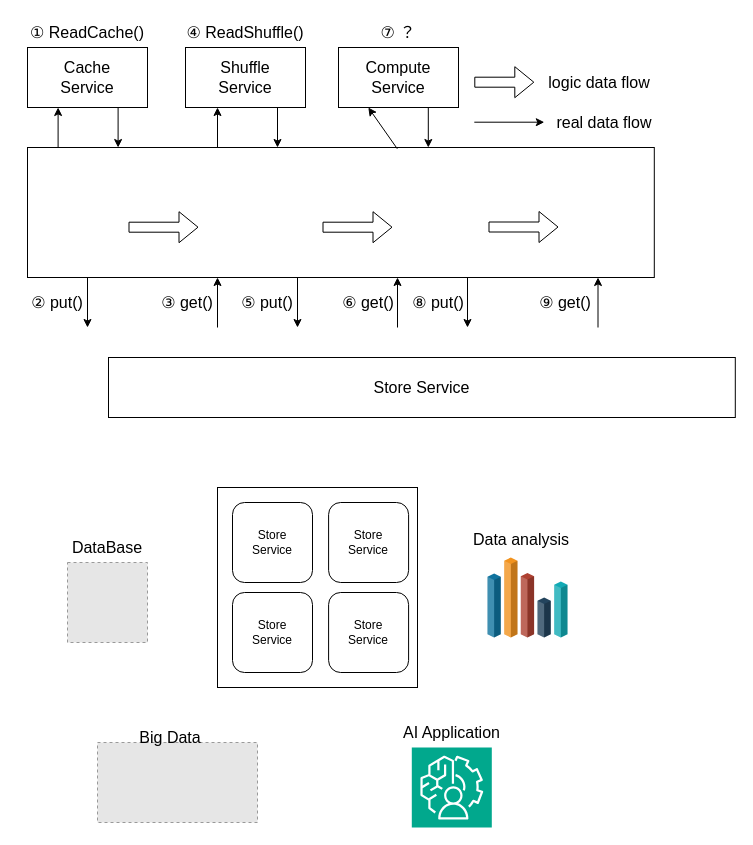
linqinluli/picture_draw keeps this draw.io diagram as 3m_paper/usecase.drawio. Above is the earlier version. Source tidied: cells renumbered, new cells numbered last; positions are measured from the earlier drawing's top-left corner, leaving out a move shared by most shapes. Both pictures are drawn from the tidied source at 100%, with x=0, y=0 at pixel (22, 17). Pictures stored in the file or linked from it are replaced by grey dashed boxes.
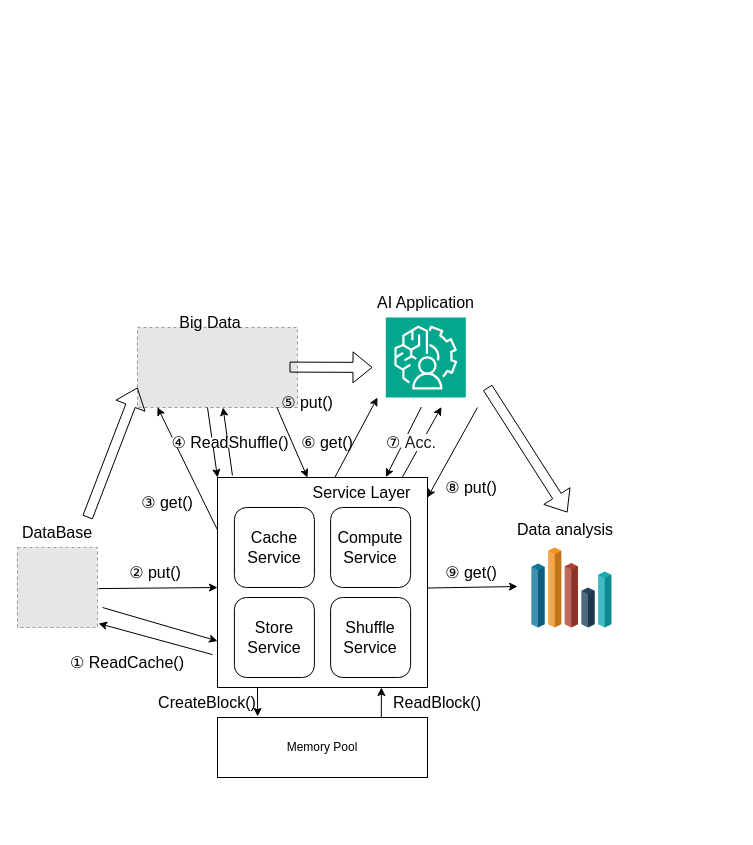
The same diagram, later.

Unchanged cells that the change refers to:
```xml
<mxCell id="42" value="DataBase" style="text;html=1;align=center;verticalAlign=middle;whiteSpace=wrap;rounded=0;fontSize=16;" parent="40" vertex="1">
  <mxGeometry x="10" width="60" height="30" as="geometry" />
</mxCell>
```

What changed in the source:
```diff
@@
-    <mxCell id="2" style="rounded=0;whiteSpace=wrap;html=1;" parent="1" vertex="1">
-      <mxGeometry x="5" y="130" width="626.8" height="130" as="geometry" />
-    </mxCell>
+    <mxCell id="43" style="group;" parent="1" vertex="1">
+      <mxGeometry x="115" y="300" width="160" height="100" as="geometry" />
+    </mxCell>
+    <mxCell id="44" style="fillColor=#E6E6E6;strokeColor=#999999;dashed=1;verticalLabelPosition=bottom;labelBackgroundColor=default;verticalAlign=top;fontSize=16;" parent="43" vertex="1">
+      <mxGeometry y="10" width="160" height="80" as="geometry" />
+    </mxCell>
+    <mxCell id="45" value="Big Data" style="text;html=1;align=center;verticalAlign=middle;whiteSpace=wrap;rounded=0;fontSize=16;" parent="43" vertex="1">
+      <mxGeometry x="38" y="-10" width="70" height="30" as="geometry" />
+    </mxCell>
-    <mxCell id="3" style="shape=flexArrow;endArrow=classic;html=1;rounded=0;exitX=1;exitY=0.5;exitDx=0;exitDy=0;entryX=0;entryY=0.5;entryDx=0;entryDy=0;fontSize=16;" parent="1" edge="1">
-      <mxGeometry relative="1" as="geometry">
-        <mxPoint x="106" y="209.7" as="sourcePoint" />
-        <mxPoint x="176" y="209.7" as="targetPoint" />
-      </mxGeometry>
+    <mxCell id="3" style="shape=flexArrow;endArrow=classic;html=1;rounded=0;fontSize=16;entryX=0;entryY=0.75;entryDx=0;entryDy=0;exitX=1;exitY=0;exitDx=0;exitDy=0;" parent="1" edge="1" source="42" target="44">
+      <mxGeometry relative="1" as="geometry" />
     </mxCell>
-    <mxCell id="4" style="shape=flexArrow;endArrow=classic;html=1;rounded=0;exitX=1;exitY=0.5;exitDx=0;exitDy=0;fontSize=16;" parent="1" edge="1">
-      <mxGeometry relative="1" as="geometry">
-        <mxPoint x="300" y="209.7" as="sourcePoint" />
-        <mxPoint x="370" y="209.7" as="targetPoint" />
-      </mxGeometry>
-    </mxCell>
-    <mxCell id="5" value="Store Service" style="rounded=0;whiteSpace=wrap;html=1;fontSize=16;" parent="1" vertex="1">
-      <mxGeometry x="86" y="340" width="626.8" height="60" as="geometry" />
-    </mxCell>
-    <mxCell id="6" style="endArrow=classic;html=1;rounded=0;fontSize=16;" parent="1" edge="1">
-      <mxGeometry relative="1" as="geometry">
-        <mxPoint x="65" y="260" as="sourcePoint" />
-        <mxPoint x="65" y="310" as="targetPoint" />
-      </mxGeometry>
-    </mxCell>
-    <mxCell id="7" style="endArrow=classic;html=1;rounded=0;fontSize=16;" parent="1" edge="1">
-      <mxGeometry relative="1" as="geometry">
-        <mxPoint x="195" y="310" as="sourcePoint" />
-        <mxPoint x="195" y="260" as="targetPoint" />
-      </mxGeometry>
-    </mxCell>
-    <mxCell id="8" style="endArrow=classic;html=1;rounded=0;fontSize=16;" parent="1" edge="1">
-      <mxGeometry relative="1" as="geometry">
-        <mxPoint x="275" y="260" as="sourcePoint" />
-        <mxPoint x="275" y="310" as="targetPoint" />
-      </mxGeometry>
-    </mxCell>
     <mxCell id="9" value="② put()" style="text;html=1;align=center;verticalAlign=middle;whiteSpace=wrap;rounded=0;fontSize=16;" parent="1" vertex="1">
-      <mxGeometry x="5" y="270" width="60" height="30" as="geometry" />
+      <mxGeometry x="103" y="540" width="60" height="30" as="geometry" />
     </mxCell>
     <mxCell id="10" value="③ get()" style="text;html=1;align=center;verticalAlign=middle;whiteSpace=wrap;rounded=0;fontSize=16;" parent="1" vertex="1">
-      <mxGeometry x="135" y="270" width="60" height="30" as="geometry" />
+      <mxGeometry x="115" y="470" width="60" height="30" as="geometry" />
     </mxCell>
     <mxCell id="11" value="⑤ put()" style="text;html=1;align=center;verticalAlign=middle;whiteSpace=wrap;rounded=0;fontSize=16;" parent="1" vertex="1">
-      <mxGeometry x="215" y="270" width="60" height="30" as="geometry" />
+      <mxGeometry x="255" y="370" width="60" height="30" as="geometry" />
     </mxCell>
     <mxCell id="12" value="⑥ get()" style="text;html=1;align=center;verticalAlign=middle;whiteSpace=wrap;rounded=0;fontSize=16;" parent="1" vertex="1">
-      <mxGeometry x="316" y="270" width="60" height="30" as="geometry" />
+      <mxGeometry x="275" y="410" width="60" height="30" as="geometry" />
     </mxCell>
-    <mxCell id="13" style="shape=flexArrow;endArrow=classic;html=1;rounded=0;fontSize=16;" parent="1" edge="1">
-      <mxGeometry relative="1" as="geometry">
-        <mxPoint x="451.8" y="64.7" as="sourcePoint" />
-        <mxPoint x="511.8" y="64.7" as="targetPoint" />
-      </mxGeometry>
-    </mxCell>
-    <mxCell id="14" value="logic data flow" style="text;html=1;align=center;verticalAlign=middle;whiteSpace=wrap;rounded=0;fontSize=16;" parent="1" vertex="1">
-      <mxGeometry x="521.8" y="50" width="110" height="30" as="geometry" />
-    </mxCell>
-    <mxCell id="15" style="endArrow=classic;html=1;rounded=0;fontSize=16;" parent="1" edge="1">
-      <mxGeometry relative="1" as="geometry">
-        <mxPoint x="451.8" y="104.7" as="sourcePoint" />
-        <mxPoint x="521.8" y="104.7" as="targetPoint" />
-      </mxGeometry>
-    </mxCell>
-    <mxCell id="16" value="real data flow" style="text;html=1;align=center;verticalAlign=middle;whiteSpace=wrap;rounded=0;fontSize=16;" parent="1" vertex="1">
-      <mxGeometry x="531.8" y="90" width="100" height="30" as="geometry" />
-    </mxCell>
-    <mxCell id="17" style="shape=flexArrow;endArrow=classic;html=1;rounded=0;exitX=1;exitY=0.5;exitDx=0;exitDy=0;fontSize=16;" parent="1" edge="1">
-      <mxGeometry relative="1" as="geometry">
-        <mxPoint x="466" y="209.5" as="sourcePoint" />
-        <mxPoint x="536" y="209.5" as="targetPoint" />
-      </mxGeometry>
-    </mxCell>
-    <mxCell id="18" style="endArrow=classic;html=1;rounded=0;fontSize=16;" parent="1" edge="1">
-      <mxGeometry relative="1" as="geometry">
-        <mxPoint x="375" y="310" as="sourcePoint" />
-        <mxPoint x="375" y="260" as="targetPoint" />
-      </mxGeometry>
-    </mxCell>
-    <mxCell id="19" style="endArrow=classic;html=1;rounded=0;fontSize=16;" parent="1" edge="1">
-      <mxGeometry relative="1" as="geometry">
-        <mxPoint x="445" y="260" as="sourcePoint" />
-        <mxPoint x="445" y="310" as="targetPoint" />
-      </mxGeometry>
-    </mxCell>
-    <mxCell id="20" value="⑧ put()" style="text;html=1;align=center;verticalAlign=middle;whiteSpace=wrap;rounded=0;fontSize=16;" parent="1" vertex="1">
-      <mxGeometry x="386.1" y="270" width="60" height="30" as="geometry" />
-    </mxCell>
-    <mxCell id="21" style="endArrow=classic;html=1;rounded=0;fontSize=16;" parent="1" edge="1">
-      <mxGeometry relative="1" as="geometry">
-        <mxPoint x="575.5" y="310" as="sourcePoint" />
-        <mxPoint x="575.5" y="260" as="targetPoint" />
-      </mxGeometry>
-    </mxCell>
-    <mxCell id="22" value="⑨ get()" style="text;html=1;align=center;verticalAlign=middle;whiteSpace=wrap;rounded=0;fontSize=16;" parent="1" vertex="1">
-      <mxGeometry x="512.8" y="270" width="60" height="30" as="geometry" />
-    </mxCell>
-    <mxCell id="23" value="Cache&lt;div&gt;Service&lt;/div&gt;" style="rounded=0;whiteSpace=wrap;html=1;fontSize=16;" parent="1" vertex="1">
-      <mxGeometry x="5" y="30" width="120" height="60" as="geometry" />
-    </mxCell>
-    <mxCell id="24" style="endArrow=classic;html=1;rounded=0;fontSize=16;" parent="1" edge="1">
-      <mxGeometry relative="1" as="geometry">
-        <mxPoint x="195" y="130" as="sourcePoint" />
-        <mxPoint x="195" y="90" as="targetPoint" />
-      </mxGeometry>
-    </mxCell>
-    <mxCell id="25" value="Shuffle&lt;div&gt;Service&lt;/div&gt;" style="rounded=0;whiteSpace=wrap;html=1;fontSize=16;" parent="1" vertex="1">
-      <mxGeometry x="163" y="30" width="120" height="60" as="geometry" />
-    </mxCell>
-    <mxCell id="26" value="Compute Service" style="rounded=0;whiteSpace=wrap;html=1;fontSize=16;" parent="1" vertex="1">
-      <mxGeometry x="316" y="30" width="120" height="60" as="geometry" />
-    </mxCell>
-    <mxCell id="27" value="① ReadCache()" style="text;html=1;align=center;verticalAlign=middle;whiteSpace=wrap;rounded=0;fontSize=16;" parent="1" vertex="1">
-      <mxGeometry width="130" height="30" as="geometry" />
-    </mxCell>
-    <mxCell id="28" value="④ ReadShuffle()" style="text;html=1;align=center;verticalAlign=middle;whiteSpace=wrap;rounded=0;fontSize=16;" parent="1" vertex="1">
-      <mxGeometry x="156" width="134" height="30" as="geometry" />
-    </mxCell>
-    <mxCell id="29" value="⑦ ？" style="text;html=1;align=center;verticalAlign=middle;whiteSpace=wrap;rounded=0;fontSize=16;" parent="1" vertex="1">
-      <mxGeometry x="306" width="140" height="30" as="geometry" />
-    </mxCell>
-    <mxCell id="30" style="endArrow=classic;html=1;rounded=0;fontSize=16;" parent="1" edge="1">
-      <mxGeometry relative="1" as="geometry">
-        <mxPoint x="255" y="90" as="sourcePoint" />
-        <mxPoint x="255" y="130" as="targetPoint" />
-      </mxGeometry>
-    </mxCell>
-    <mxCell id="31" style="endArrow=classic;html=1;rounded=0;fontSize=16;" parent="1" edge="1">
-      <mxGeometry relative="1" as="geometry">
-        <mxPoint x="35.6" y="130" as="sourcePoint" />
-        <mxPoint x="35.6" y="90" as="targetPoint" />
-      </mxGeometry>
-    </mxCell>
-    <mxCell id="32" style="endArrow=classic;html=1;rounded=0;fontSize=16;" parent="1" edge="1">
-      <mxGeometry relative="1" as="geometry">
-        <mxPoint x="95.6" y="90" as="sourcePoint" />
-        <mxPoint x="95.6" y="130" as="targetPoint" />
-      </mxGeometry>
-    </mxCell>
-    <mxCell id="33" style="endArrow=classic;html=1;rounded=0;fontSize=16;exitX=0.59;exitY=0.01;exitDx=0;exitDy=0;exitPerimeter=0;" parent="1" edge="1" source="2">
-      <mxGeometry relative="1" as="geometry">
-        <mxPoint x="345.8" y="90" as="targetPoint" />
-      </mxGeometry>
-    </mxCell>
-    <mxCell id="34" style="endArrow=classic;html=1;rounded=0;fontSize=16;" parent="1" edge="1">
-      <mxGeometry relative="1" as="geometry">
-        <mxPoint x="405.8" y="90" as="sourcePoint" />
-        <mxPoint x="405.8" y="130" as="targetPoint" />
-      </mxGeometry>
-    </mxCell>
-    <mxCell id="35" style="rounded=0;whiteSpace=wrap;html=1;" parent="1" vertex="1">
-      <mxGeometry x="195" y="470" width="200" height="200" as="geometry" />
-    </mxCell>
-    <mxCell id="36" value="Store&lt;div&gt;Service&lt;/div&gt;" style="rounded=1;whiteSpace=wrap;html=1;" parent="1" vertex="1">
-      <mxGeometry x="210" y="575" width="80" height="80" as="geometry" />
-    </mxCell>
-    <mxCell id="37" value="Store&lt;div&gt;Service&lt;/div&gt;" style="rounded=1;whiteSpace=wrap;html=1;" parent="1" vertex="1">
-      <mxGeometry x="210" y="485" width="80" height="80" as="geometry" />
-    </mxCell>
-    <mxCell id="38" value="Store&lt;div&gt;Service&lt;/div&gt;" style="rounded=1;whiteSpace=wrap;html=1;" parent="1" vertex="1">
-      <mxGeometry x="306.1" y="575" width="80" height="80" as="geometry" />
-    </mxCell>
-    <mxCell id="39" value="Store&lt;div&gt;Service&lt;/div&gt;" style="rounded=1;whiteSpace=wrap;html=1;" parent="1" vertex="1">
-      <mxGeometry x="306.1" y="485" width="80" height="80" as="geometry" />
-    </mxCell>
     <mxCell id="40" style="group;" parent="1" vertex="1">
-      <mxGeometry x="45" y="515" width="80" height="110" as="geometry" />
+      <mxGeometry x="-5" y="500" width="80" height="110" as="geometry" />
     </mxCell>
@@
-    <mxCell id="43" style="group;" parent="1" vertex="1">
-      <mxGeometry x="75" y="705" width="160" height="100" as="geometry" />
-    </mxCell>
-    <mxCell id="44" style="fillColor=#E6E6E6;strokeColor=#999999;dashed=1;verticalLabelPosition=bottom;labelBackgroundColor=default;verticalAlign=top;fontSize=16;" parent="43" vertex="1">
-      <mxGeometry y="20" width="160" height="80" as="geometry" />
-    </mxCell>
-    <mxCell id="45" value="Big Data" style="text;html=1;align=center;verticalAlign=middle;whiteSpace=wrap;rounded=0;fontSize=16;" parent="43" vertex="1">
-      <mxGeometry x="38" width="70" height="30" as="geometry" />
-    </mxCell>
     <mxCell id="46" style="group;" parent="1" vertex="1">
-      <mxGeometry x="376" y="700" width="106.8" height="110" as="geometry" />
+      <mxGeometry x="350" y="270" width="106.8" height="110" as="geometry" />
     </mxCell>
@@
     <mxCell id="49" style="group;" parent="1" vertex="1">
-      <mxGeometry x="435" y="510" width="127.8" height="110" as="geometry" />
+      <mxGeometry x="478.9" y="500" width="127.8" height="110" as="geometry" />
     </mxCell>
@@
+    <mxCell id="57" style="shape=flexArrow;endArrow=classic;html=1;rounded=0;fontSize=16;exitX=1;exitY=0.5;exitDx=0;exitDy=0;" parent="1" edge="1">
+      <mxGeometry relative="1" as="geometry">
+        <mxPoint x="267" y="349.6" as="sourcePoint" />
+        <mxPoint x="350" y="349.9" as="targetPoint" />
+      </mxGeometry>
+    </mxCell>
+    <mxCell id="58" style="shape=flexArrow;endArrow=classic;html=1;rounded=0;fontSize=16;entryX=0.204;entryY=-0.208;entryDx=0;entryDy=0;entryPerimeter=0;" parent="1" edge="1">
+      <mxGeometry relative="1" as="geometry">
+        <mxPoint x="465" y="370" as="sourcePoint" />
+        <mxPoint x="544.9" y="495" as="targetPoint" />
+      </mxGeometry>
+    </mxCell>
+    <mxCell id="59" style="endArrow=classic;html=1;rounded=0;entryX=0;entryY=0.75;entryDx=0;entryDy=0;exitX=1.063;exitY=0.675;exitDx=0;exitDy=0;exitPerimeter=0;" parent="1" edge="1">
+      <mxGeometry relative="1" as="geometry">
+        <mxPoint x="80" y="590" as="sourcePoint" />
+        <mxPoint x="195" y="623.5" as="targetPoint" />
+      </mxGeometry>
+    </mxCell>
+    <mxCell id="60" style="endArrow=classic;html=1;rounded=0;entryX=-0.005;entryY=0.614;entryDx=0;entryDy=0;entryPerimeter=0;" parent="1" edge="1">
+      <mxGeometry relative="1" as="geometry">
+        <mxPoint x="76" y="571.1" as="sourcePoint" />
+        <mxPoint x="195" y="570" as="targetPoint" />
+      </mxGeometry>
+    </mxCell>
+    <mxCell id="61" style="endArrow=classic;html=1;rounded=0;exitX=-0.029;exitY=0.648;exitDx=0;exitDy=0;exitPerimeter=0;" parent="1" edge="1">
+      <mxGeometry relative="1" as="geometry">
+        <mxPoint x="190" y="637.1" as="sourcePoint" />
+        <mxPoint x="76.1" y="606" as="targetPoint" />
+      </mxGeometry>
+    </mxCell>
+    <mxCell id="27" value="① ReadCache()" style="text;html=1;align=center;verticalAlign=middle;whiteSpace=wrap;rounded=0;fontSize=16;fillColor=default;" parent="1" vertex="1">
+      <mxGeometry x="40" y="640" width="130" height="10" as="geometry" />
+    </mxCell>
+    <mxCell id="62" style="endArrow=classic;html=1;rounded=0;entryX=0.125;entryY=0.997;entryDx=0;entryDy=0;entryPerimeter=0;exitX=0;exitY=0.25;exitDx=0;exitDy=0;" parent="1" edge="1" source="35" target="44">
+      <mxGeometry relative="1" as="geometry" />
+    </mxCell>
+    <mxCell id="63" style="group;" parent="1" vertex="1">
+      <mxGeometry x="195" y="460" width="210" height="210" as="geometry" />
+    </mxCell>
+    <mxCell id="35" style="rounded=0;whiteSpace=wrap;html=1;" parent="63" vertex="1">
+      <mxGeometry width="210" height="210" as="geometry" />
+    </mxCell>
+    <mxCell id="36" value="&lt;font style=&quot;font-size: 16px;&quot;&gt;Store&lt;/font&gt;&lt;div style=&quot;font-size: 16px;&quot;&gt;&lt;font style=&quot;font-size: 16px;&quot;&gt;Service&lt;/font&gt;&lt;/div&gt;" style="rounded=1;whiteSpace=wrap;html=1;" parent="63" vertex="1">
+      <mxGeometry x="16.9" y="120" width="80" height="80" as="geometry" />
+    </mxCell>
+    <mxCell id="37" value="&lt;span style=&quot;font-size: 16px;&quot;&gt;Cache&lt;/span&gt;&lt;div style=&quot;font-size: 16px;&quot;&gt;Service&lt;/div&gt;" style="rounded=1;whiteSpace=wrap;html=1;" parent="63" vertex="1">
+      <mxGeometry x="16.9" y="30" width="80" height="80" as="geometry" />
+    </mxCell>
+    <mxCell id="38" value="&lt;span style=&quot;font-size: 16px;&quot;&gt;Shuffle&lt;/span&gt;&lt;div style=&quot;font-size: 16px;&quot;&gt;Service&lt;/div&gt;" style="rounded=1;whiteSpace=wrap;html=1;" parent="63" vertex="1">
+      <mxGeometry x="113.1" y="120" width="80" height="80" as="geometry" />
+    </mxCell>
+    <mxCell id="39" value="&lt;span style=&quot;font-size: 16px;&quot;&gt;Compute Service&lt;/span&gt;" style="rounded=1;whiteSpace=wrap;html=1;" parent="63" vertex="1">
+      <mxGeometry x="113.1" y="30" width="80" height="80" as="geometry" />
+    </mxCell>
+    <mxCell id="64" value="Service Layer" style="text;html=1;align=center;verticalAlign=middle;whiteSpace=wrap;rounded=0;fontSize=16;" parent="63" vertex="1">
+      <mxGeometry x="90" width="109.1" height="30" as="geometry" />
+    </mxCell>
+    <mxCell id="65" style="endArrow=classic;html=1;rounded=0;entryX=0;entryY=0;entryDx=0;entryDy=0;" parent="1" edge="1" target="35">
+      <mxGeometry relative="1" as="geometry">
+        <mxPoint x="185" y="390" as="sourcePoint" />
+      </mxGeometry>
+    </mxCell>
+    <mxCell id="66" style="endArrow=classic;html=1;rounded=0;exitX=0.071;exitY=-0.01;exitDx=0;exitDy=0;exitPerimeter=0;" parent="1" edge="1" source="35" target="44">
+      <mxGeometry relative="1" as="geometry" />
+    </mxCell>
+    <mxCell id="28" value="④ ReadShuffle()" style="text;html=1;align=center;verticalAlign=middle;whiteSpace=wrap;rounded=0;fontSize=16;fillColor=default;rotation=0;" parent="1" vertex="1">
+      <mxGeometry x="141" y="420" width="134" height="10" as="geometry" />
+    </mxCell>
+    <mxCell id="67" style="endArrow=classic;html=1;rounded=0;entryX=0;entryY=0;entryDx=0;entryDy=0;exitX=0.87;exitY=0.996;exitDx=0;exitDy=0;exitPerimeter=0;" parent="1" edge="1" source="44" target="64">
+      <mxGeometry relative="1" as="geometry" />
+    </mxCell>
+    <mxCell id="68" style="endArrow=classic;html=1;rounded=0;exitX=0.25;exitY=0;exitDx=0;exitDy=0;" parent="1" edge="1" source="64">
+      <mxGeometry relative="1" as="geometry">
+        <mxPoint x="355" y="380" as="targetPoint" />
+      </mxGeometry>
+    </mxCell>
+    <mxCell id="69" style="endArrow=classic;html=1;rounded=0;entryX=0.5;entryY=0;entryDx=0;entryDy=0;" parent="1" edge="1">
+      <mxGeometry relative="1" as="geometry">
+        <mxPoint x="398.9" y="389.5" as="sourcePoint" />
+        <mxPoint x="363.4" y="459.5" as="targetPoint" />
+      </mxGeometry>
+    </mxCell>
+    <mxCell id="70" style="endArrow=classic;html=1;rounded=0;exitX=0.649;exitY=0.017;exitDx=0;exitDy=0;exitPerimeter=0;" parent="1" edge="1">
+      <mxGeometry relative="1" as="geometry">
+        <mxPoint x="379.7" y="460" as="sourcePoint" />
+        <mxPoint x="418.9" y="389.5" as="targetPoint" />
+      </mxGeometry>
+    </mxCell>
+    <mxCell id="71" style="endArrow=classic;html=1;rounded=0;" parent="1" edge="1">
+      <mxGeometry relative="1" as="geometry">
+        <mxPoint x="455" y="390" as="sourcePoint" />
+        <mxPoint x="405" y="480" as="targetPoint" />
+      </mxGeometry>
+    </mxCell>
+    <mxCell id="20" value="⑧ put()" style="text;html=1;align=center;verticalAlign=middle;whiteSpace=wrap;rounded=0;fontSize=16;" parent="1" vertex="1">
+      <mxGeometry x="418.9" y="455" width="60" height="30" as="geometry" />
+    </mxCell>
+    <mxCell id="22" value="⑨ get()" style="text;html=1;align=center;verticalAlign=middle;whiteSpace=wrap;rounded=0;fontSize=16;" parent="1" vertex="1">
+      <mxGeometry x="418.9" y="540" width="60" height="30" as="geometry" />
+    </mxCell>
+    <mxCell id="72" value="Memory Pool" style="rounded=0;whiteSpace=wrap;html=1;" parent="1" vertex="1">
+      <mxGeometry x="195" y="700" width="210" height="60" as="geometry" />
+    </mxCell>
+    <mxCell id="73" value="&lt;font style=&quot;font-size: 16px;&quot;&gt;⑦&amp;nbsp;&lt;span style=&quot;color: rgb(31, 31, 31); font-family: &amp;quot;Google Sans&amp;quot;, arial, sans-serif; text-align: left; background-color: rgb(255, 255, 255);&quot;&gt;Acc.&lt;/span&gt;&lt;/font&gt;" style="text;html=1;align=center;verticalAlign=middle;whiteSpace=wrap;rounded=0;fontSize=16;fillColor=default;rotation=0;" parent="1" vertex="1">
+      <mxGeometry x="358.9" y="420" width="60" height="10" as="geometry" />
+    </mxCell>
+    <mxCell id="74" style="endArrow=classic;html=1;rounded=0;entryX=0.191;entryY=-0.019;entryDx=0;entryDy=0;entryPerimeter=0;" parent="1" edge="1" target="72">
+      <mxGeometry relative="1" as="geometry">
+        <mxPoint x="235" y="670" as="sourcePoint" />
+      </mxGeometry>
+    </mxCell>
+    <mxCell id="75" style="endArrow=classic;html=1;rounded=0;exitX=0.78;exitY=-0.004;exitDx=0;exitDy=0;entryX=0.75;entryY=1;entryDx=0;entryDy=0;exitPerimeter=0;" parent="1" edge="1" source="72">
+      <mxGeometry relative="1" as="geometry">
+        <mxPoint x="358.9" y="670" as="targetPoint" />
+      </mxGeometry>
+    </mxCell>
+    <mxCell id="76" value="CreateBlock()" style="text;html=1;align=center;verticalAlign=middle;whiteSpace=wrap;rounded=0;fontSize=16;" parent="1" vertex="1">
+      <mxGeometry x="155" y="670" width="60" height="30" as="geometry" />
+    </mxCell>
+    <mxCell id="77" value="ReadBlock()" style="text;html=1;align=center;verticalAlign=middle;whiteSpace=wrap;rounded=0;fontSize=16;" parent="1" vertex="1">
+      <mxGeometry x="385" y="670" width="60" height="30" as="geometry" />
+    </mxCell>
+    <mxCell id="78" style="endArrow=classic;html=1;rounded=0;exitX=1.004;exitY=0.486;exitDx=0;exitDy=0;exitPerimeter=0;" parent="1" edge="1">
+      <mxGeometry relative="1" as="geometry">
+        <mxPoint x="405" y="570.5" as="sourcePoint" />
+        <mxPoint x="495" y="569" as="targetPoint" />
+      </mxGeometry>
+    </mxCell>
```
